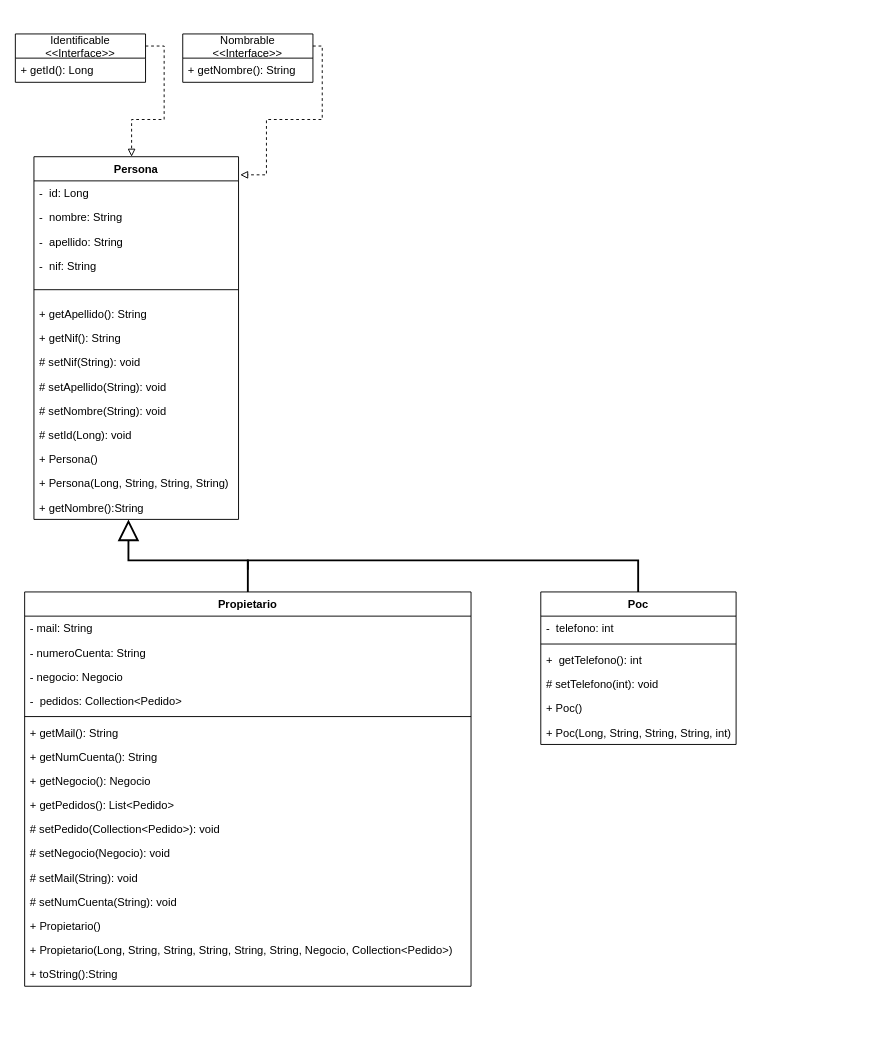
Before: page "Page-1" (1 of 2) of diagramas/pillo_comercial.drawio in vrmdim/Pillo-Comercial, a draw.io diagram. Source tidied: cells renumbered, new cells numbered last; positions are measured from the earlier drawing's top-left corner, leaving out a move shared by most shapes. Both pictures are drawn from the tidied source at 93%, with x=0, y=0 at pixel (15, 33).
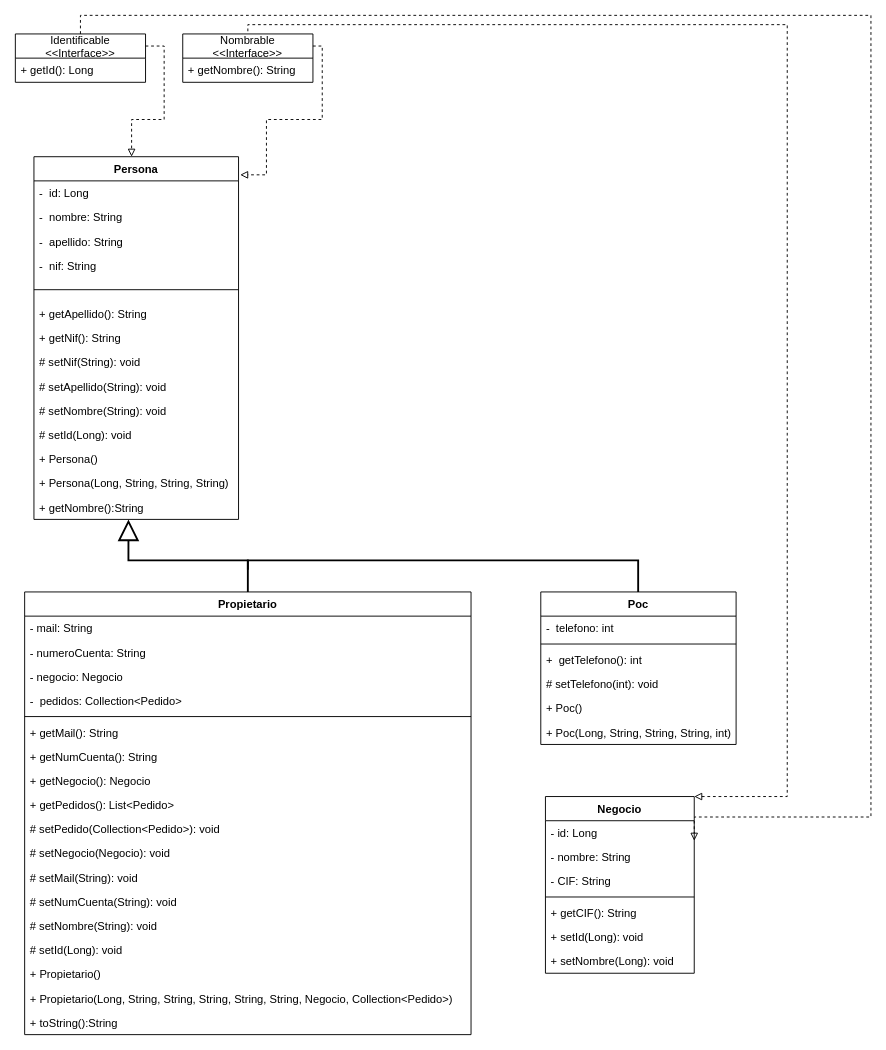
The same diagram, later.

Unchanged cells that the change refers to:
```xml
<mxCell id="2" value="Identificable&#10;&lt;&lt;Interface&gt;&gt;" style="swimlane;fontStyle=0;horizontal=1;startSize=26;fillColor=none;" parent="1" vertex="1">
  <mxGeometry width="140" height="52" as="geometry" />
</mxCell>
<mxCell id="4" value="Nombrable&#10;&lt;&lt;Interface&gt;&gt;" style="swimlane;fontStyle=0;horizontal=1;startSize=26;fillColor=none;" parent="1" vertex="1">
  <mxGeometry x="180" width="140" height="52" as="geometry" />
</mxCell>
```

What changed in the source:
```diff
@@
+    <mxCell id="49" style="edgeStyle=orthogonalEdgeStyle;rounded=0;jettySize=auto;html=1;entryX=1;entryY=0.25;entryDx=0;entryDy=0;dashed=1;startArrow=none;startFill=0;endArrow=block;endFill=0;" parent="1" edge="1" source="2" target="53">
+      <mxGeometry relative="1" as="geometry">
+        <Array as="points">
+          <mxPoint x="70" y="-20" />
+          <mxPoint x="920" y="-20" />
+          <mxPoint x="920" y="842" />
+        </Array>
+      </mxGeometry>
+    </mxCell>
@@
     <mxCell id="24" value="Propietario" style="swimlane;fontStyle=1;align=center;verticalAlign=top;horizontal=1;startSize=26;" parent="1" vertex="1">
-      <mxGeometry x="10" y="600" width="480" height="424" as="geometry" />
+      <mxGeometry x="10" y="600" width="480" height="476" as="geometry" />
     </mxCell>
@@
+    <mxCell id="50" value="# setNumCuenta(String): void" style="text;strokeColor=none;fillColor=none;align=left;verticalAlign=top;spacingLeft=4;spacingRight=4;overflow=hidden;" parent="24" vertex="1">
+      <mxGeometry y="320" width="480" height="26" as="geometry" />
+    </mxCell>
+    <mxCell id="51" value="# setNombre(String): void" style="text;strokeColor=none;fillColor=none;align=left;verticalAlign=top;spacingLeft=4;spacingRight=4;overflow=hidden;" parent="24" vertex="1">
+      <mxGeometry y="346" width="480" height="26" as="geometry" />
+    </mxCell>
-    <mxCell id="37" value="# setNumCuenta(String): void" style="text;strokeColor=none;fillColor=none;align=left;verticalAlign=top;spacingLeft=4;spacingRight=4;overflow=hidden;" parent="24" vertex="1">
-      <mxGeometry y="320" width="480" height="26" as="geometry" />
+    <mxCell id="37" value="# setId(Long): void" style="text;strokeColor=none;fillColor=none;align=left;verticalAlign=top;spacingLeft=4;spacingRight=4;overflow=hidden;" parent="24" vertex="1">
+      <mxGeometry y="372" width="480" height="26" as="geometry" />
     </mxCell>
     <mxCell id="38" value="+ Propietario()" style="text;strokeColor=none;fillColor=none;align=left;verticalAlign=top;spacingLeft=4;spacingRight=4;overflow=hidden;" parent="24" vertex="1">
-      <mxGeometry y="346" width="480" height="26" as="geometry" />
+      <mxGeometry y="398" width="480" height="26" as="geometry" />
     </mxCell>
     <mxCell id="39" value="+ Propietario(Long, String, String, String, String, String, Negocio, Collection&lt;Pedido&gt;)" style="text;strokeColor=none;fillColor=none;align=left;verticalAlign=top;spacingLeft=4;spacingRight=4;overflow=hidden;" parent="24" vertex="1">
-      <mxGeometry y="372" width="480" height="26" as="geometry" />
+      <mxGeometry y="424" width="480" height="26" as="geometry" />
     </mxCell>
     <mxCell id="40" value="+ toString():String" style="text;strokeColor=none;fillColor=none;align=left;verticalAlign=top;spacingLeft=4;spacingRight=4;overflow=hidden;" parent="24" vertex="1">
-      <mxGeometry y="398" width="480" height="26" as="geometry" />
+      <mxGeometry y="450" width="480" height="26" as="geometry" />
     </mxCell>
@@
+    <mxCell id="52" style="edgeStyle=orthogonalEdgeStyle;rounded=0;jettySize=auto;html=1;entryX=0.5;entryY=0;entryDx=0;entryDy=0;endArrow=none;endFill=0;startArrow=block;startFill=0;dashed=1;" parent="1" edge="1" source="53" target="4">
+      <mxGeometry relative="1" as="geometry">
+        <Array as="points">
+          <mxPoint x="830" y="820" />
+          <mxPoint x="830" y="-10" />
+          <mxPoint x="250" y="-10" />
+        </Array>
+      </mxGeometry>
+    </mxCell>
+    <mxCell id="53" value="Negocio" style="swimlane;fontStyle=1;align=center;verticalAlign=top;horizontal=1;startSize=26;" parent="1" vertex="1">
+      <mxGeometry x="570" y="820" width="160" height="190" as="geometry" />
+    </mxCell>
+    <mxCell id="54" value="- id: Long" style="text;strokeColor=none;fillColor=none;align=left;verticalAlign=top;spacingLeft=4;spacingRight=4;overflow=hidden;" parent="53" vertex="1">
+      <mxGeometry y="26" width="160" height="26" as="geometry" />
+    </mxCell>
+    <mxCell id="55" value="- nombre: String" style="text;strokeColor=none;fillColor=none;align=left;verticalAlign=top;spacingLeft=4;spacingRight=4;overflow=hidden;" parent="53" vertex="1">
+      <mxGeometry y="52" width="160" height="26" as="geometry" />
+    </mxCell>
+    <mxCell id="56" value="- CIF: String" style="text;strokeColor=none;fillColor=none;align=left;verticalAlign=top;spacingLeft=4;spacingRight=4;overflow=hidden;" parent="53" vertex="1">
+      <mxGeometry y="78" width="160" height="26" as="geometry" />
+    </mxCell>
+    <mxCell id="57" style="line;strokeWidth=1;fillColor=none;align=left;verticalAlign=middle;spacingTop=-1;spacingLeft=3;spacingRight=3;labelPosition=right;strokeColor=inherit;" parent="53" vertex="1">
+      <mxGeometry y="104" width="160" height="8" as="geometry" />
+    </mxCell>
+    <mxCell id="58" value="+ getCIF(): String" style="text;strokeColor=none;fillColor=none;align=left;verticalAlign=top;spacingLeft=4;spacingRight=4;overflow=hidden;" parent="53" vertex="1">
+      <mxGeometry y="112" width="160" height="26" as="geometry" />
+    </mxCell>
+    <mxCell id="59" value="+ setId(Long): void" style="text;strokeColor=none;fillColor=none;align=left;verticalAlign=top;spacingLeft=4;spacingRight=4;overflow=hidden;" parent="53" vertex="1">
+      <mxGeometry y="138" width="160" height="26" as="geometry" />
+    </mxCell>
+    <mxCell id="60" value="+ setNombre(Long): void" style="text;strokeColor=none;fillColor=none;align=left;verticalAlign=top;spacingLeft=4;spacingRight=4;overflow=hidden;" parent="53" vertex="1">
+      <mxGeometry y="164" width="160" height="26" as="geometry" />
+    </mxCell>
```
